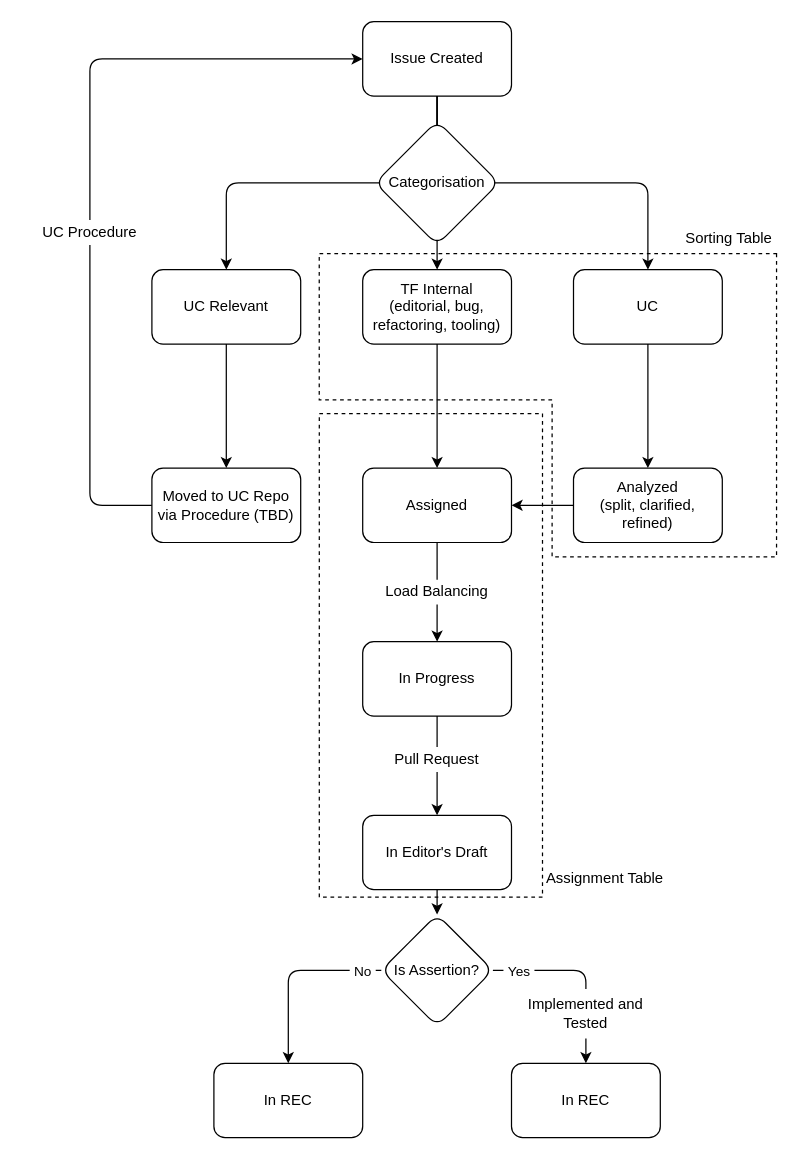
w3c/wot-thing-description keeps this draw.io diagram as page "Lifecycle" (2 of 2) of proposals/project-management/kanbanidea.drawio. Above is the earlier version. Source tidied: cells renumbered, new cells numbered last; positions are measured from the earlier drawing's top-left corner, leaving out a move shared by most shapes. Both pictures are drawn from the tidied source at 124%, with x=0, y=0 at pixel (21, 21).
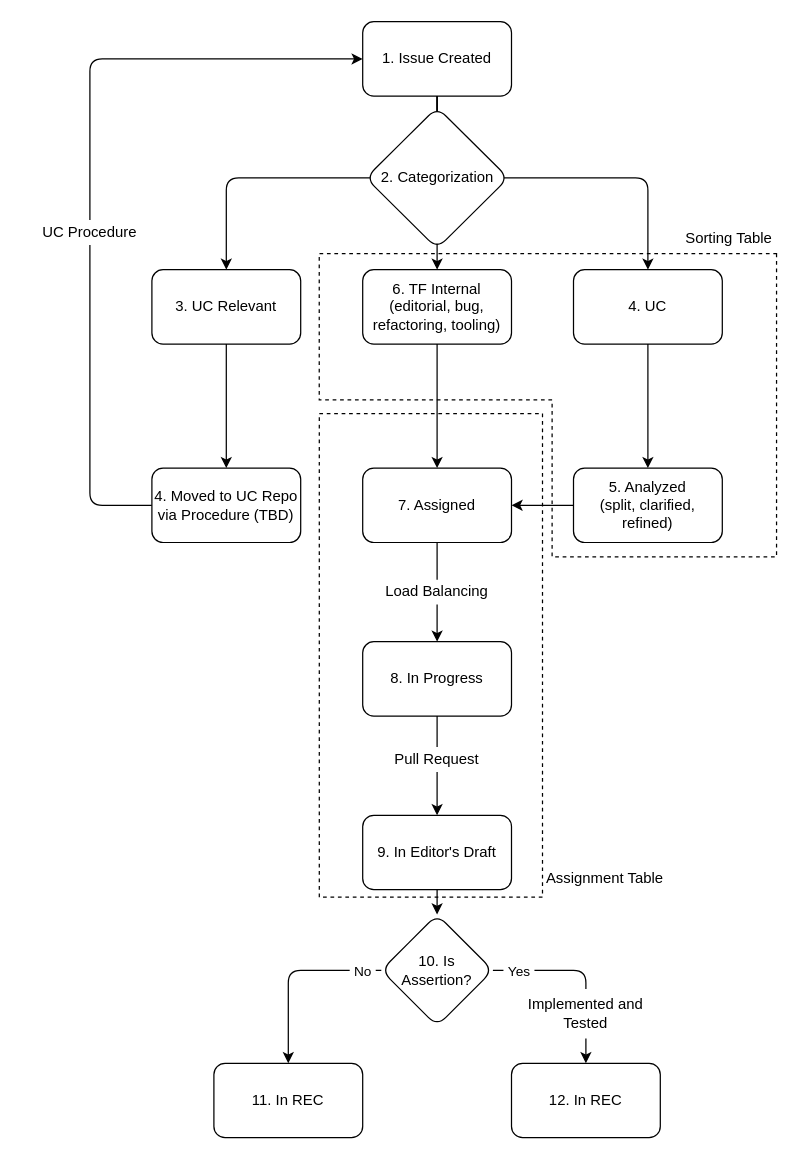
The same diagram, later.

What changed in the source:
```diff
@@
+    <mxCell id="35" style="rounded=0;whiteSpace=wrap;html=1;dashed=1;fillColor=none;" parent="1" vertex="1">
+      <mxGeometry x="240" y="316" width="180" height="390" as="geometry" />
+    </mxCell>
+    <mxCell id="34" style="shape=corner;whiteSpace=wrap;html=1;rotation=90;dx=118;dy=181;fillColor=none;dashed=1;" parent="1" vertex="1">
+      <mxGeometry x="302.1" y="124.9" width="244.5" height="368.8" as="geometry" />
+    </mxCell>
@@
-    <mxCell id="3" value="Issue Created" style="rounded=1;whiteSpace=wrap;html=1;" parent="1" vertex="1">
+    <mxCell id="3" value="1. Issue Created" style="rounded=1;whiteSpace=wrap;html=1;" parent="1" vertex="1">
       <mxGeometry x="275" width="120" height="60" as="geometry" />
     </mxCell>
@@
-    <mxCell id="5" value="UC" style="rounded=1;whiteSpace=wrap;html=1;" parent="1" vertex="1">
+    <mxCell id="5" value="4. UC" style="rounded=1;whiteSpace=wrap;html=1;" parent="1" vertex="1">
       <mxGeometry x="445" y="200" width="120" height="60" as="geometry" />
     </mxCell>
@@
-    <mxCell id="7" value="UC Relevant" style="rounded=1;whiteSpace=wrap;html=1;" parent="1" vertex="1">
+    <mxCell id="7" value="3. UC Relevant" style="rounded=1;whiteSpace=wrap;html=1;" parent="1" vertex="1">
       <mxGeometry x="105" y="200" width="120" height="60" as="geometry" />
     </mxCell>
@@
-    <mxCell id="9" value="TF Internal&lt;br&gt;(editorial, bug, refactoring, tooling)" style="rounded=1;whiteSpace=wrap;html=1;" parent="1" vertex="1">
+    <mxCell id="9" value="6. TF Internal&lt;br&gt;(editorial, bug, refactoring, tooling)" style="rounded=1;whiteSpace=wrap;html=1;" parent="1" vertex="1">
       <mxGeometry x="275" y="200" width="120" height="60" as="geometry" />
     </mxCell>
     <mxCell id="10" style="edgeStyle=orthogonalEdgeStyle;rounded=1;jettySize=auto;html=1;exitX=0.5;exitY=1;exitDx=0;exitDy=0;entryX=0.5;entryY=0;entryDx=0;entryDy=0;" parent="1" edge="1" source="3" target="7">
-      <mxGeometry relative="1" as="geometry" />
+      <mxGeometry relative="1" as="geometry">
+        <Array as="points">
+          <mxPoint x="335" y="126" />
+          <mxPoint x="165" y="126" />
+        </Array>
+      </mxGeometry>
     </mxCell>
     <mxCell id="11" style="edgeStyle=orthogonalEdgeStyle;rounded=1;jettySize=auto;html=1;entryX=0.5;entryY=0;entryDx=0;entryDy=0;exitX=0.5;exitY=1;exitDx=0;exitDy=0;" parent="1" edge="1" source="3" target="5">
-      <mxGeometry relative="1" as="geometry" />
+      <mxGeometry relative="1" as="geometry">
+        <Array as="points">
+          <mxPoint x="335" y="126" />
+          <mxPoint x="505" y="126" />
+        </Array>
+      </mxGeometry>
     </mxCell>
@@
-    <mxCell id="13" value="Moved to UC Repo via Procedure (TBD)" style="rounded=1;whiteSpace=wrap;html=1;" parent="1" vertex="1">
+    <mxCell id="13" value="4. Moved to UC Repo via Procedure (TBD)" style="rounded=1;whiteSpace=wrap;html=1;" parent="1" vertex="1">
       <mxGeometry x="105" y="360" width="120" height="60" as="geometry" />
     </mxCell>
@@
-    <mxCell id="15" value="Assigned" style="rounded=1;whiteSpace=wrap;html=1;" parent="1" vertex="1">
+    <mxCell id="15" value="7. Assigned" style="rounded=1;whiteSpace=wrap;html=1;" parent="1" vertex="1">
       <mxGeometry x="275" y="360" width="120" height="60" as="geometry" />
     </mxCell>
-    <mxCell id="16" value="In Progress" style="rounded=1;whiteSpace=wrap;html=1;" parent="1" vertex="1">
+    <mxCell id="16" value="8. In Progress" style="rounded=1;whiteSpace=wrap;html=1;" parent="1" vertex="1">
       <mxGeometry x="275" y="500" width="120" height="60" as="geometry" />
     </mxCell>
@@
-    <mxCell id="20" value="Analyzed &lt;br&gt;(split, clarified, refined)" style="rounded=1;whiteSpace=wrap;html=1;" parent="1" vertex="1">
+    <mxCell id="20" value="5. Analyzed &lt;br&gt;(split, clarified, refined)" style="rounded=1;whiteSpace=wrap;html=1;" parent="1" vertex="1">
       <mxGeometry x="445" y="360" width="120" height="60" as="geometry" />
     </mxCell>
@@
-    <mxCell id="22" value="In Editor's Draft" style="rounded=1;whiteSpace=wrap;html=1;" parent="1" vertex="1">
+    <mxCell id="22" value="9. In Editor's Draft" style="rounded=1;whiteSpace=wrap;html=1;" parent="1" vertex="1">
       <mxGeometry x="275" y="640" width="120" height="60" as="geometry" />
     </mxCell>
@@
-    <mxCell id="24" value="In REC" style="rounded=1;whiteSpace=wrap;html=1;" parent="1" vertex="1">
+    <mxCell id="24" value="12. In REC" style="rounded=1;whiteSpace=wrap;html=1;" parent="1" vertex="1">
       <mxGeometry x="395" y="840" width="120" height="60" as="geometry" />
     </mxCell>
@@
-    <mxCell id="26" value="In REC" style="rounded=1;whiteSpace=wrap;html=1;" parent="1" vertex="1">
+    <mxCell id="26" value="11. In REC" style="rounded=1;whiteSpace=wrap;html=1;" parent="1" vertex="1">
       <mxGeometry x="155" y="840" width="120" height="60" as="geometry" />
     </mxCell>
@@
-    <mxCell id="31" value="Is Assertion?" style="rhombus;whiteSpace=wrap;html=1;fillColor=default;rounded=1;" parent="1" vertex="1">
+    <mxCell id="31" value="10. Is Assertion?" style="rhombus;whiteSpace=wrap;html=1;fillColor=default;rounded=1;" parent="1" vertex="1">
       <mxGeometry x="290" y="720" width="90" height="90" as="geometry" />
     </mxCell>
@@
-    <mxCell id="33" value="Categorisation" style="rhombus;whiteSpace=wrap;html=1;fillColor=default;rounded=1;" parent="1" vertex="1">
-      <mxGeometry x="285" y="80" width="100" height="100" as="geometry" />
+    <mxCell id="33" value="2. Categorization" style="rhombus;whiteSpace=wrap;html=1;fillColor=default;rounded=1;" parent="1" vertex="1">
+      <mxGeometry x="277.5" y="69" width="115" height="114" as="geometry" />
     </mxCell>
-    <mxCell id="34" style="shape=corner;whiteSpace=wrap;html=1;rotation=90;dx=118;dy=181;fillColor=none;dashed=1;" parent="1" vertex="1">
-      <mxGeometry x="302.1" y="124.9" width="244.5" height="368.8" as="geometry" />
-    </mxCell>
-    <mxCell id="35" style="rounded=0;whiteSpace=wrap;html=1;dashed=1;fillColor=none;" parent="1" vertex="1">
-      <mxGeometry x="240" y="316" width="180" height="390" as="geometry" />
-    </mxCell>
```
